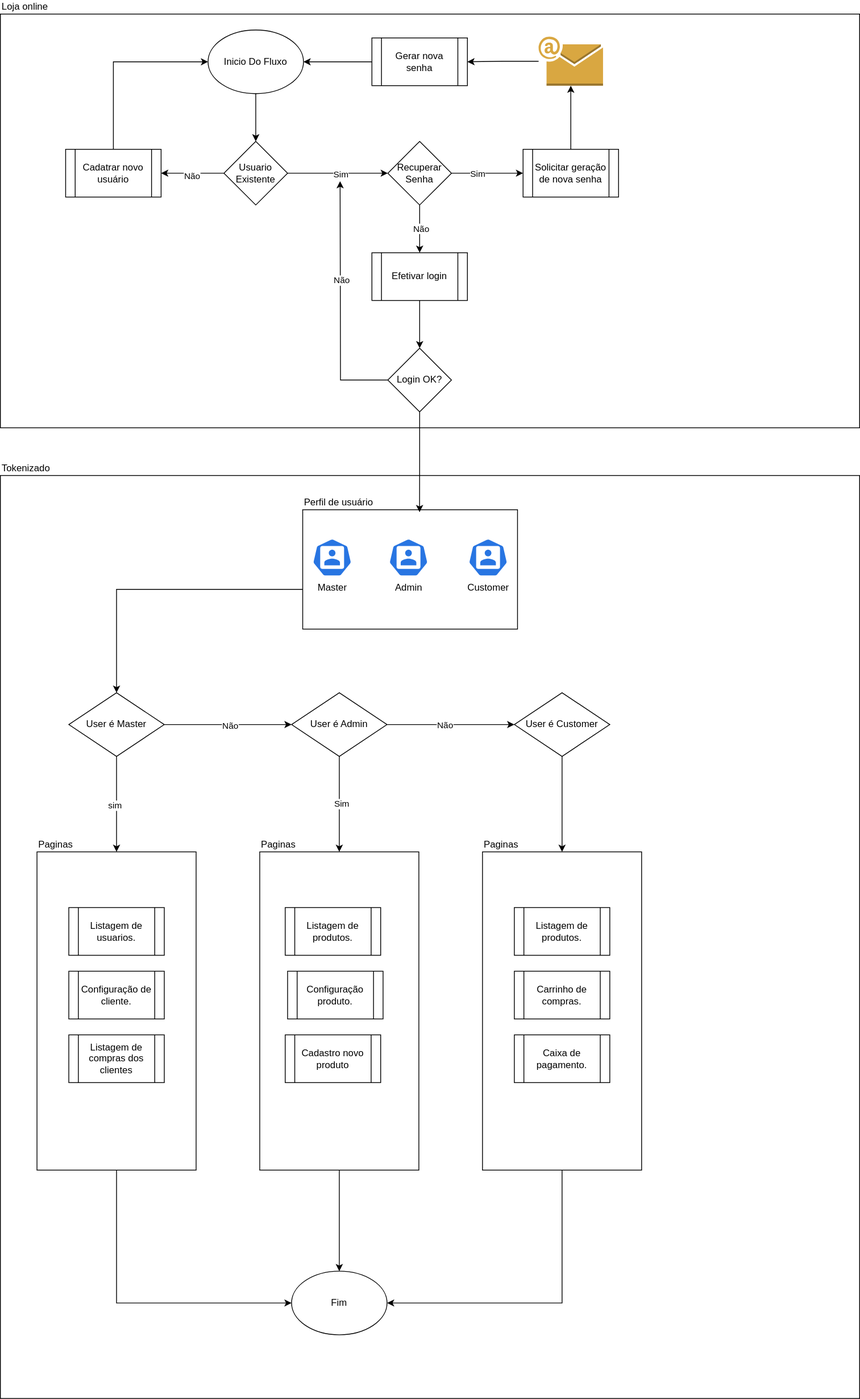
Above: Diagrama da aplicação visão de negocio.svg in romymoura/ambev (draw.io), before the change. Source tidied: cells renumbered, new cells last; positions are measured from the earlier drawing's top-left corner, leaving out a move shared by most shapes.
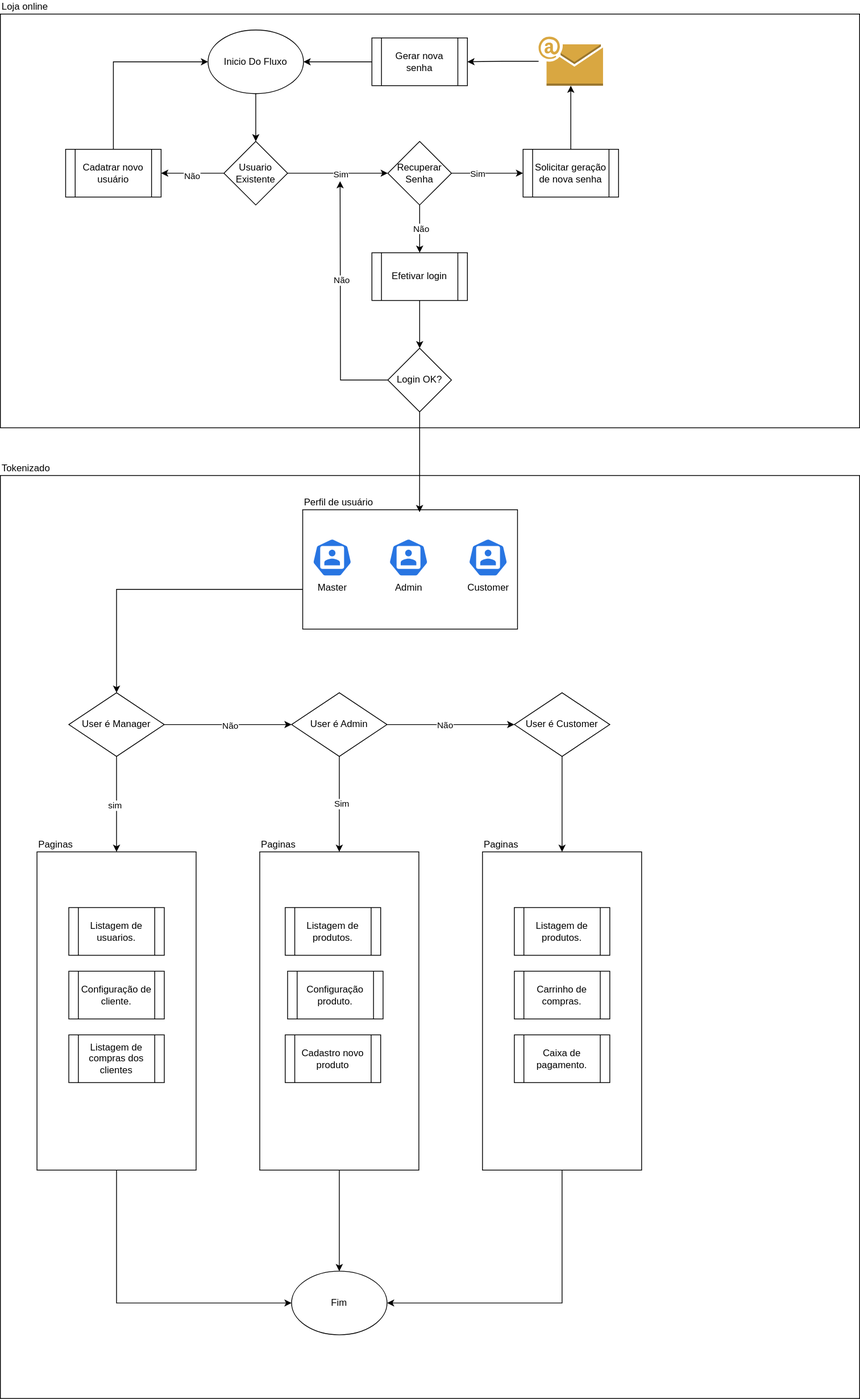
Above is the later version.

What changed in the source:
```diff
@@ -147,7 +147,7 @@
     <mxCell id="44" value="Não" style="edgeLabel;html=1;align=center;verticalAlign=middle;" parent="43" vertex="1">
       <mxGeometry x="0.03" y="-1" relative="1" as="geometry" />
     </mxCell>
-    <mxCell id="45" value="User é Master" style="rhombus;whiteSpace=wrap;html=1;rounded=0;" parent="1" vertex="1">
+    <mxCell id="45" value="User é Manager" style="rhombus;whiteSpace=wrap;html=1;rounded=0;" parent="1" vertex="1">
       <mxGeometry x="86" y="853" width="120" height="80" as="geometry" />
     </mxCell>
     <mxCell id="46" value="Listagem de usuarios." style="shape=process;whiteSpace=wrap;html=1;backgroundOutline=1;" parent="1" vertex="1">
```
